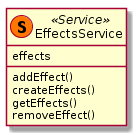
Earlier version of the PlantUML export out/doc/classes/EffectsService.png (clm2609/VirtualDJ).
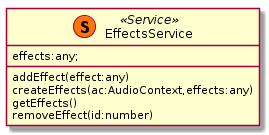
The same diagram one commit later.

Change to the diagram source:
```diff
@@ -1,9 +1,9 @@
 @startuml EffectsService
 class "EffectsService" as effServ <<(S,#FF7700) Service>>{
-    effects
-    addEffect()
-    createEffects()
+    effects:any;
+    addEffect(effect:any)
+    createEffects(ac:AudioContext,effects:any)
     getEffects()
-    removeEffect()
+    removeEffect(id:number)
 }
 @enduml
```
